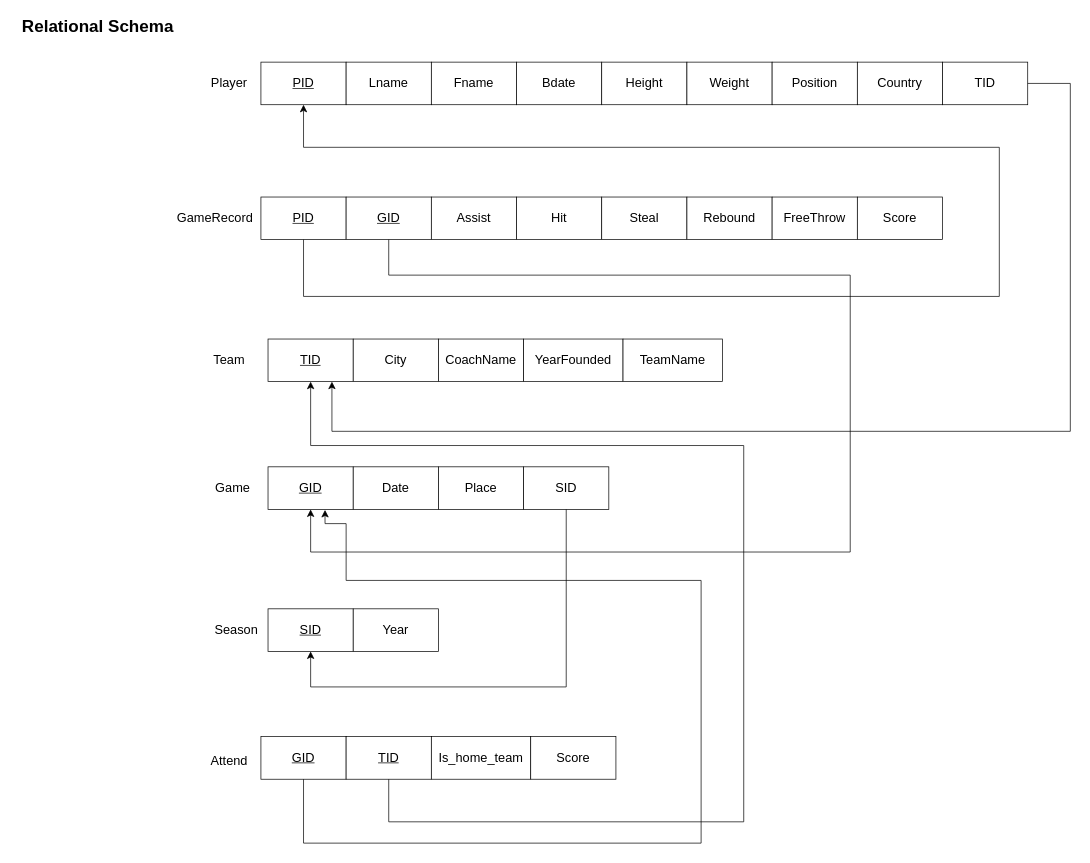
The draw.io diagram diagrams/Relational Schema.drawio in Basketball-Competition-Dashboard/doc, before the edit. Source tidied: cells renumbered, new cells numbered last; positions are measured from the earlier drawing's top-left corner, leaving out a move shared by most shapes. Both pictures are drawn from the tidied source at 71%, with x=0, y=0 at pixel (12, 12).
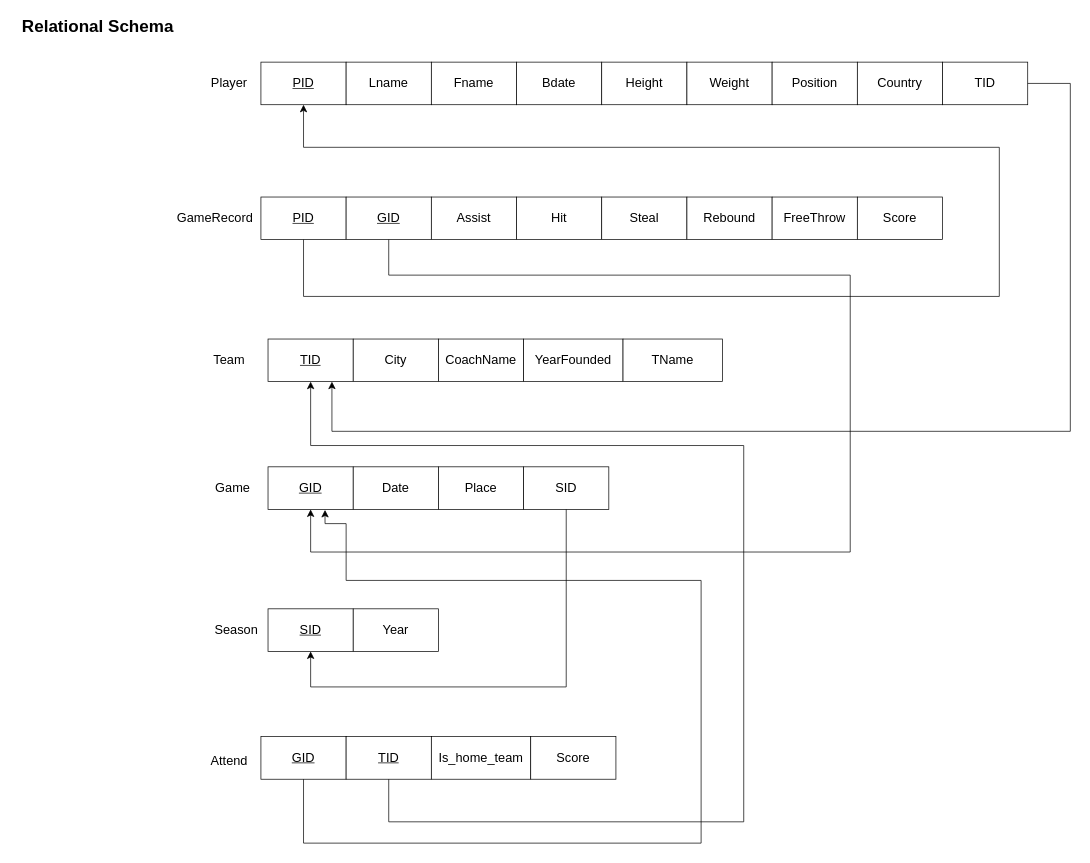
After the change.

What changed in the source:
```diff
@@
-    <mxCell id="46" value="TeamName" style="rounded=0;whiteSpace=wrap;html=1;fontSize=18;" parent="1" vertex="1">
+    <mxCell id="46" value="TName" style="rounded=0;whiteSpace=wrap;html=1;fontSize=18;" parent="1" vertex="1">
       <mxGeometry x="860" y="460" width="140" height="60" as="geometry" />
     </mxCell>
```
